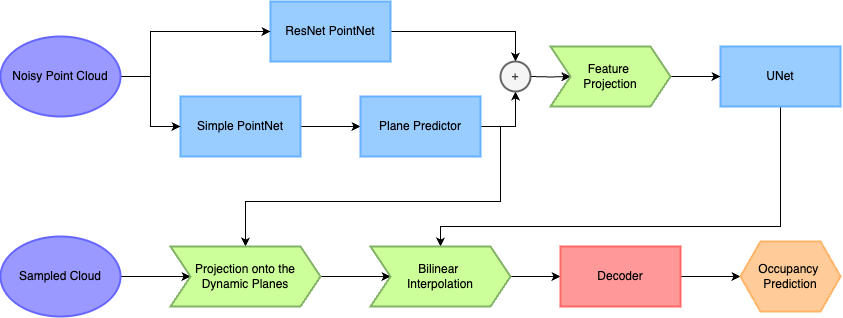
Above: Media/pipeline_chiaro.png in EugenioBugli/PointCloud3D (draw.io), before the change. Source tidied: cells renumbered, new cells last; positions are measured from the earlier drawing's top-left corner, leaving out a move shared by most shapes.
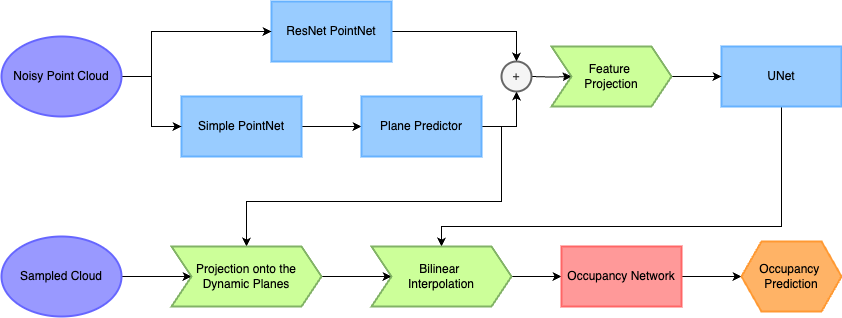
Above is the later version.

The edit, as a diff of the source:
```diff
@@ -81,10 +81,10 @@
     <mxCell id="23" style="edgeStyle=orthogonalEdgeStyle;rounded=0;jettySize=auto;html=1;" parent="1" edge="1" source="24" target="25">
       <mxGeometry relative="1" as="geometry" />
     </mxCell>
-    <mxCell id="24" value="Decoder" style="rounded=0;whiteSpace=wrap;html=1;fillColor=#FF9999;strokeColor=#FF6666;strokeWidth=2;" parent="1" vertex="1">
+    <mxCell id="24" value="Occupancy Network" style="rounded=0;whiteSpace=wrap;html=1;fillColor=#FF9999;strokeColor=#FF6666;strokeWidth=2;" parent="1" vertex="1">
       <mxGeometry x="560" y="245" width="120" height="60" as="geometry" />
     </mxCell>
-    <mxCell id="25" value="Occupancy&amp;nbsp;&lt;div&gt;Prediction&lt;/div&gt;" style="shape=hexagon;perimeter=hexagonPerimeter2;whiteSpace=wrap;html=1;fixedSize=1;fillColor=#FFCC99;strokeColor=#FFB366;strokeWidth=2;" parent="1" vertex="1">
+    <mxCell id="25" value="Occupancy&amp;nbsp;&lt;div&gt;Prediction&lt;/div&gt;" style="shape=hexagon;perimeter=hexagonPerimeter2;whiteSpace=wrap;html=1;fixedSize=1;fillColor=#FFB366;strokeColor=#FF9933;strokeWidth=2;" parent="1" vertex="1">
       <mxGeometry x="740" y="240" width="100" height="70" as="geometry" />
     </mxCell>
     <mxCell id="26" value="Bilinear&amp;nbsp;&lt;div&gt;Interpolation&lt;/div&gt;" style="shape=step;perimeter=stepPerimeter;whiteSpace=wrap;html=1;fixedSize=1;fillColor=#CCFF99;strokeColor=#82b366;strokeWidth=2;" parent="1" vertex="1">
```
